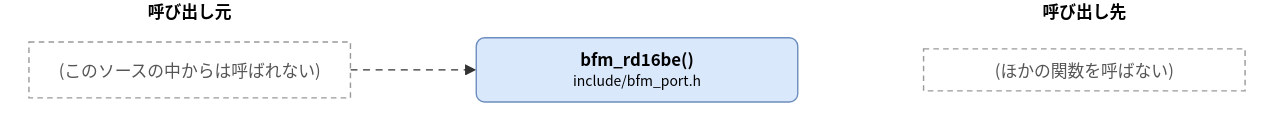
hf355051012-ai/bfmem keeps this draw.io diagram as doc/spec/images/call_include_bfm_port-bfm_rd16be.drawio.svg. Above is the earlier version. Source tidied: cells renumbered, new cells last; positions are measured from the earlier drawing's top-left corner, leaving out a move shared by most shapes.
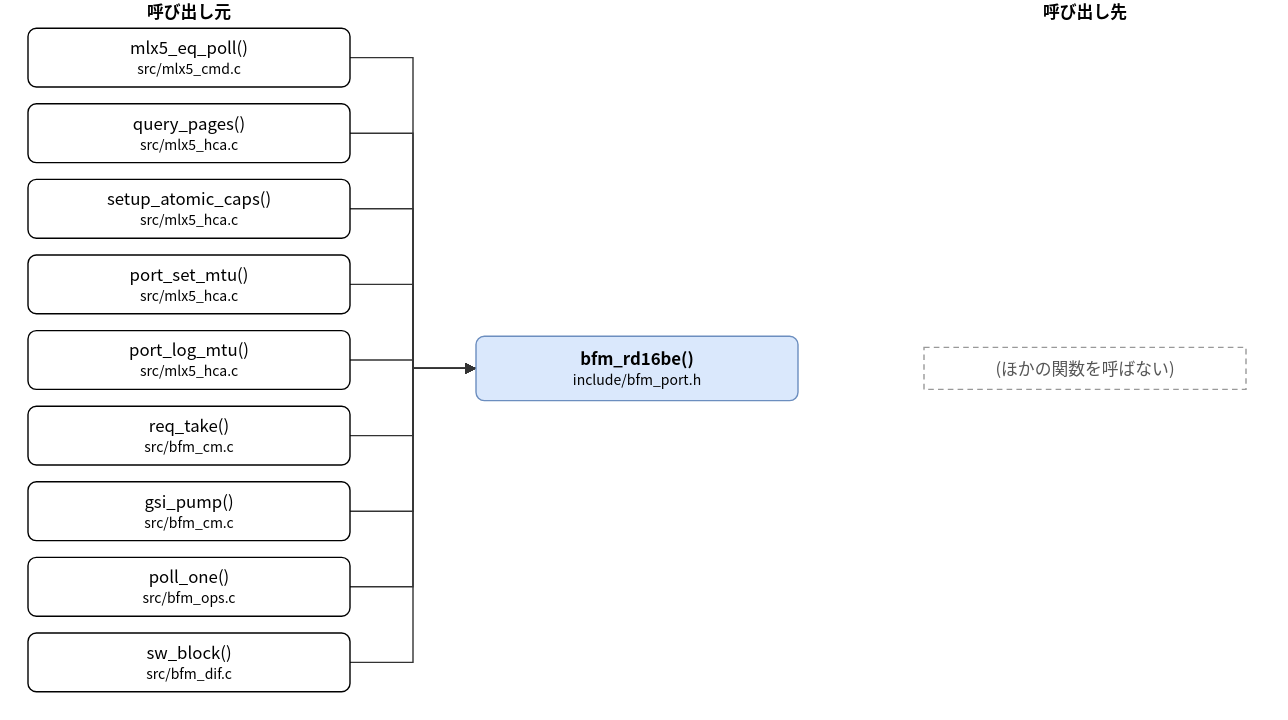
The same file after the commit.

Diff of the diagram source:
```diff
@@ -3,17 +3,110 @@
     <mxCell id="0" />
     <mxCell id="1" parent="0" />
     <mxCell id="2" value="bfm_rd16be()&lt;br&gt;&lt;font style=&quot;font-size:10px&quot;&gt;include/bfm_port.h&lt;/font&gt;" style="rounded=1;whiteSpace=wrap;html=1;fillColor=#dae8fc;strokeColor=#6c8ebf;fontStyle=1;" parent="1" vertex="1">
-      <mxGeometry x="320" y="27" width="230" height="46" as="geometry" />
+      <mxGeometry x="320" y="240" width="230" height="46" as="geometry" />
     </mxCell>
-    <mxCell id="3" value="(このソースの中からは呼ばれない)" style="rounded=0;whiteSpace=wrap;html=1;dashed=1;strokeColor=#999999;fontColor=#555555;dashed=1;" parent="1" vertex="1">
-      <mxGeometry y="30" width="230" height="40" as="geometry" />
+    <mxCell id="3" value="mlx5_eq_poll()&lt;br&gt;&lt;font style=&quot;font-size:10px&quot;&gt;src/mlx5_cmd.c&lt;/font&gt;" style="rounded=1;whiteSpace=wrap;html=1;" parent="1" vertex="1">
+      <mxGeometry y="20" width="230" height="42" as="geometry" />
     </mxCell>
+    <mxCell id="8" value="query_pages()&lt;br&gt;&lt;font style=&quot;font-size:10px&quot;&gt;src/mlx5_hca.c&lt;/font&gt;" style="rounded=1;whiteSpace=wrap;html=1;" parent="1" vertex="1">
+      <mxGeometry y="74" width="230" height="42" as="geometry" />
+    </mxCell>
+    <mxCell id="9" value="setup_atomic_caps()&lt;br&gt;&lt;font style=&quot;font-size:10px&quot;&gt;src/mlx5_hca.c&lt;/font&gt;" style="rounded=1;whiteSpace=wrap;html=1;" parent="1" vertex="1">
+      <mxGeometry y="128" width="230" height="42" as="geometry" />
+    </mxCell>
+    <mxCell id="10" value="port_set_mtu()&lt;br&gt;&lt;font style=&quot;font-size:10px&quot;&gt;src/mlx5_hca.c&lt;/font&gt;" style="rounded=1;whiteSpace=wrap;html=1;" parent="1" vertex="1">
+      <mxGeometry y="182" width="230" height="42" as="geometry" />
+    </mxCell>
+    <mxCell id="11" value="port_log_mtu()&lt;br&gt;&lt;font style=&quot;font-size:10px&quot;&gt;src/mlx5_hca.c&lt;/font&gt;" style="rounded=1;whiteSpace=wrap;html=1;" parent="1" vertex="1">
+      <mxGeometry y="236" width="230" height="42" as="geometry" />
+    </mxCell>
+    <mxCell id="12" value="req_take()&lt;br&gt;&lt;font style=&quot;font-size:10px&quot;&gt;src/bfm_cm.c&lt;/font&gt;" style="rounded=1;whiteSpace=wrap;html=1;" parent="1" vertex="1">
+      <mxGeometry y="290" width="230" height="42" as="geometry" />
+    </mxCell>
+    <mxCell id="13" value="gsi_pump()&lt;br&gt;&lt;font style=&quot;font-size:10px&quot;&gt;src/bfm_cm.c&lt;/font&gt;" style="rounded=1;whiteSpace=wrap;html=1;" parent="1" vertex="1">
+      <mxGeometry y="344" width="230" height="42" as="geometry" />
+    </mxCell>
+    <mxCell id="14" value="poll_one()&lt;br&gt;&lt;font style=&quot;font-size:10px&quot;&gt;src/bfm_ops.c&lt;/font&gt;" style="rounded=1;whiteSpace=wrap;html=1;" parent="1" vertex="1">
+      <mxGeometry y="398" width="230" height="42" as="geometry" />
+    </mxCell>
+    <mxCell id="15" value="sw_block()&lt;br&gt;&lt;font style=&quot;font-size:10px&quot;&gt;src/bfm_dif.c&lt;/font&gt;" style="rounded=1;whiteSpace=wrap;html=1;" parent="1" vertex="1">
+      <mxGeometry y="452" width="230" height="42" as="geometry" />
+    </mxCell>
     <mxCell id="4" value="(ほかの関数を呼ばない)" style="rounded=0;whiteSpace=wrap;html=1;dashed=1;strokeColor=#999999;fontColor=#555555;dashed=1;" parent="1" vertex="1">
-      <mxGeometry x="640" y="35" width="230" height="30" as="geometry" />
+      <mxGeometry x="640" y="248" width="230" height="30" as="geometry" />
     </mxCell>
-    <mxCell id="5" style="edgeStyle=none;html=1;rounded=0;endArrow=block;endFill=1;exitX=1.0000;exitY=0.5000;exitDx=0;exitDy=0;exitPerimeter=0;entryX=0.0000;entryY=0.5000;entryDx=0;entryDy=0;entryPerimeter=0;dashed=1;" parent="1" edge="1" source="3" target="2">
-      <mxGeometry relative="1" as="geometry" />
+    <mxCell id="5" style="edgeStyle=none;html=1;rounded=0;endArrow=block;endFill=1;exitX=1.0000;exitY=0.5000;exitDx=0;exitDy=0;exitPerimeter=0;entryX=0.0000;entryY=0.5000;entryDx=0;entryDy=0;entryPerimeter=0;" parent="1" edge="1" source="3" target="2">
+      <mxGeometry relative="1" as="geometry">
+        <Array as="points">
+          <mxPoint x="275" y="41" />
+          <mxPoint x="275" y="263" />
+        </Array>
+      </mxGeometry>
     </mxCell>
+    <mxCell id="16" style="edgeStyle=none;html=1;rounded=0;endArrow=block;endFill=1;exitX=1.0000;exitY=0.5000;exitDx=0;exitDy=0;exitPerimeter=0;entryX=0.0000;entryY=0.5000;entryDx=0;entryDy=0;entryPerimeter=0;" parent="1" edge="1" source="8" target="2">
+      <mxGeometry relative="1" as="geometry">
+        <Array as="points">
+          <mxPoint x="275" y="95" />
+          <mxPoint x="275" y="263" />
+        </Array>
+      </mxGeometry>
+    </mxCell>
+    <mxCell id="17" style="edgeStyle=none;html=1;rounded=0;endArrow=block;endFill=1;exitX=1.0000;exitY=0.5000;exitDx=0;exitDy=0;exitPerimeter=0;entryX=0.0000;entryY=0.5000;entryDx=0;entryDy=0;entryPerimeter=0;" parent="1" edge="1" source="9" target="2">
+      <mxGeometry relative="1" as="geometry">
+        <Array as="points">
+          <mxPoint x="275" y="149" />
+          <mxPoint x="275" y="263" />
+        </Array>
+      </mxGeometry>
+    </mxCell>
+    <mxCell id="18" style="edgeStyle=none;html=1;rounded=0;endArrow=block;endFill=1;exitX=1.0000;exitY=0.5000;exitDx=0;exitDy=0;exitPerimeter=0;entryX=0.0000;entryY=0.5000;entryDx=0;entryDy=0;entryPerimeter=0;" parent="1" edge="1" source="10" target="2">
+      <mxGeometry relative="1" as="geometry">
+        <Array as="points">
+          <mxPoint x="275" y="203" />
+          <mxPoint x="275" y="263" />
+        </Array>
+      </mxGeometry>
+    </mxCell>
+    <mxCell id="19" style="edgeStyle=none;html=1;rounded=0;endArrow=block;endFill=1;exitX=1.0000;exitY=0.5000;exitDx=0;exitDy=0;exitPerimeter=0;entryX=0.0000;entryY=0.5000;entryDx=0;entryDy=0;entryPerimeter=0;" parent="1" edge="1" source="11" target="2">
+      <mxGeometry relative="1" as="geometry">
+        <Array as="points">
+          <mxPoint x="275" y="257" />
+          <mxPoint x="275" y="263" />
+        </Array>
+      </mxGeometry>
+    </mxCell>
+    <mxCell id="20" style="edgeStyle=none;html=1;rounded=0;endArrow=block;endFill=1;exitX=1.0000;exitY=0.5000;exitDx=0;exitDy=0;exitPerimeter=0;entryX=0.0000;entryY=0.5000;entryDx=0;entryDy=0;entryPerimeter=0;" parent="1" edge="1" source="12" target="2">
+      <mxGeometry relative="1" as="geometry">
+        <Array as="points">
+          <mxPoint x="275" y="311" />
+          <mxPoint x="275" y="263" />
+        </Array>
+      </mxGeometry>
+    </mxCell>
+    <mxCell id="21" style="edgeStyle=none;html=1;rounded=0;endArrow=block;endFill=1;exitX=1.0000;exitY=0.5000;exitDx=0;exitDy=0;exitPerimeter=0;entryX=0.0000;entryY=0.5000;entryDx=0;entryDy=0;entryPerimeter=0;" parent="1" edge="1" source="13" target="2">
+      <mxGeometry relative="1" as="geometry">
+        <Array as="points">
+          <mxPoint x="275" y="365" />
+          <mxPoint x="275" y="263" />
+        </Array>
+      </mxGeometry>
+    </mxCell>
+    <mxCell id="22" style="edgeStyle=none;html=1;rounded=0;endArrow=block;endFill=1;exitX=1.0000;exitY=0.5000;exitDx=0;exitDy=0;exitPerimeter=0;entryX=0.0000;entryY=0.5000;entryDx=0;entryDy=0;entryPerimeter=0;" parent="1" edge="1" source="14" target="2">
+      <mxGeometry relative="1" as="geometry">
+        <Array as="points">
+          <mxPoint x="275" y="419" />
+          <mxPoint x="275" y="263" />
+        </Array>
+      </mxGeometry>
+    </mxCell>
+    <mxCell id="23" style="edgeStyle=none;html=1;rounded=0;endArrow=block;endFill=1;exitX=1.0000;exitY=0.5000;exitDx=0;exitDy=0;exitPerimeter=0;entryX=0.0000;entryY=0.5000;entryDx=0;entryDy=0;entryPerimeter=0;" parent="1" edge="1" source="15" target="2">
+      <mxGeometry relative="1" as="geometry">
+        <Array as="points">
+          <mxPoint x="275" y="473" />
+          <mxPoint x="275" y="263" />
+        </Array>
+      </mxGeometry>
+    </mxCell>
     <mxCell id="6" value="呼び出し元" style="text;html=1;align=center;fontStyle=1;" parent="1" vertex="1">
       <mxGeometry x="35" width="160" height="18" as="geometry" />
     </mxCell>
```
